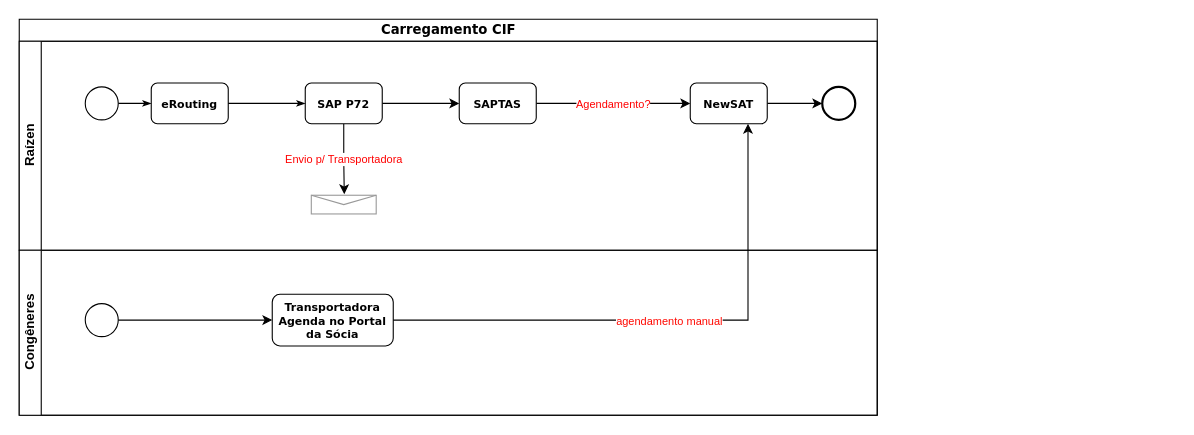
Before: page "Carregamento CIF" (1 of 3) of PAI.drawio in anlugifa/drawio, a draw.io diagram. Source tidied: cells renumbered, new cells numbered last; positions are measured from the earlier drawing's top-left corner, leaving out a move shared by most shapes. Both pictures are drawn from the tidied source at 110%, with x=0, y=0 at pixel (19, 19).
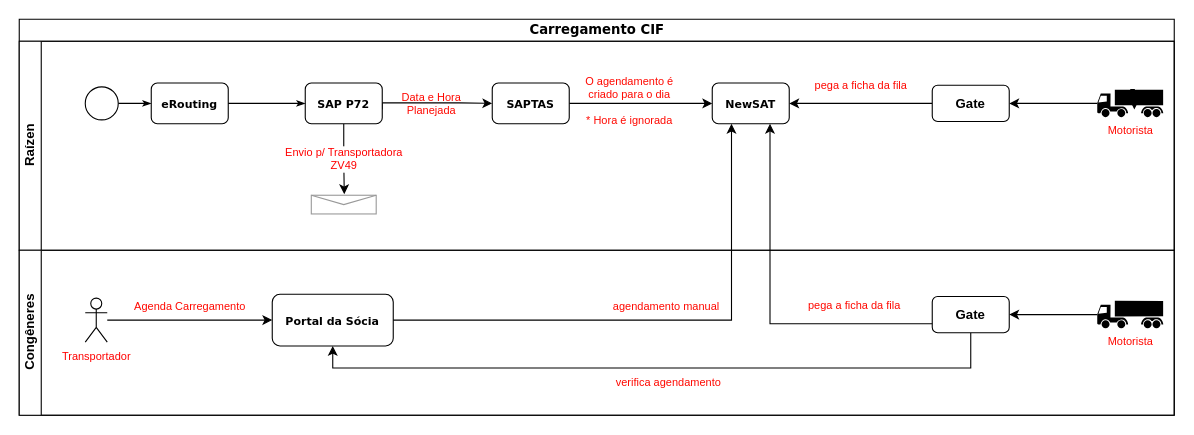
After the change.

The change refers to these unchanged cells:
```xml
<mxCell id="9" value="SAP P72" style="rounded=1;whiteSpace=wrap;html=1;shadow=0;labelBackgroundColor=none;strokeColor=#000000;strokeWidth=1;fillColor=#ffffff;fontFamily=Verdana;fontSize=10;fontColor=#000000;align=center;fontStyle=1;" parent="3" vertex="1">
  <mxGeometry x="260" y="38" width="70" height="37" as="geometry" />
</mxCell>
<mxCell id="16" style="verticalLabelPosition=bottom;shadow=0;dashed=0;align=center;html=1;verticalAlign=top;strokeWidth=1;shape=mxgraph.mockup.misc.mail2;fillColor=#ffffff;strokeColor=#999999;fontSize=12;fontColor=#FF0000;" parent="3" vertex="1">
  <mxGeometry x="265.5" y="140" width="59" height="17" as="geometry" />
</mxCell>
```

The edit, as a diff of the source:
```diff
@@
     <mxCell id="2" value="Carregamento CIF" style="swimlane;html=1;horizontal=1;startSize=20;rounded=0;shadow=0;labelBackgroundColor=none;strokeColor=#000000;strokeWidth=1;fillColor=#ffffff;fontFamily=Verdana;fontSize=12;fontColor=#000000;align=center;" parent="1" vertex="1">
-      <mxGeometry width="780" height="360" as="geometry" />
+      <mxGeometry width="1050" height="360" as="geometry" />
     </mxCell>
     <mxCell id="3" value="Raízen" style="swimlane;html=1;startSize=20;horizontal=0;" parent="2" vertex="1">
-      <mxGeometry y="20" width="780" height="190" as="geometry" />
+      <mxGeometry y="20" width="1050" height="190" as="geometry" />
     </mxCell>
@@
-    <mxCell id="7" style="edgeStyle=orthogonalEdgeStyle;rounded=0;jettySize=auto;html=1;fontSize=10;" parent="3" edge="1" source="9" target="11">
-      <mxGeometry relative="1" as="geometry" />
+    <mxCell id="7" style="edgeStyle=orthogonalEdgeStyle;rounded=0;jettySize=auto;html=1;fontSize=10;entryX=0;entryY=0.5;entryDx=0;entryDy=0;" parent="3" edge="1" target="11">
+      <mxGeometry relative="1" as="geometry">
+        <mxPoint x="330" y="62" as="sourcePoint" />
+        <Array as="points">
+          <mxPoint x="330" y="56" />
+          <mxPoint x="400" y="56" />
+        </Array>
+      </mxGeometry>
     </mxCell>
-    <mxCell id="8" value="Envio p/ Transportadora" style="edgeStyle=orthogonalEdgeStyle;rounded=0;jettySize=auto;html=1;exitX=0.5;exitY=1;exitDx=0;exitDy=0;entryX=0.508;entryY=-0.059;entryDx=0;entryDy=0;entryPerimeter=0;fontSize=10;fontColor=#FF0000;" parent="3" edge="1" source="9" target="16">
+    <mxCell id="8" value="Envio p/ Transportadora &lt;br&gt;ZV49" style="edgeStyle=orthogonalEdgeStyle;rounded=0;jettySize=auto;html=1;exitX=0.5;exitY=1;exitDx=0;exitDy=0;entryX=0.508;entryY=-0.059;entryDx=0;entryDy=0;entryPerimeter=0;fontSize=10;fontColor=#FF0000;" parent="3" edge="1" source="9" target="16">
       <mxGeometry relative="1" as="geometry" />
     </mxCell>
@@
-    <mxCell id="10" value="Agendamento?" style="edgeStyle=orthogonalEdgeStyle;rounded=0;jettySize=auto;html=1;fontSize=10;fontColor=#FF0000;" parent="3" edge="1" source="11" target="13">
+    <mxCell id="10" style="edgeStyle=orthogonalEdgeStyle;rounded=0;jettySize=auto;html=1;fontSize=10;fontColor=#FF0000;exitX=1;exitY=0.5;exitDx=0;exitDy=0;entryX=0;entryY=0.5;entryDx=0;entryDy=0;" parent="3" edge="1" source="11" target="13">
       <mxGeometry relative="1" as="geometry" />
     </mxCell>
     <mxCell id="11" value="SAPTAS" style="rounded=1;whiteSpace=wrap;html=1;shadow=0;labelBackgroundColor=none;strokeColor=#000000;strokeWidth=1;fillColor=#ffffff;fontFamily=Verdana;fontSize=10;fontColor=#000000;align=center;fontStyle=1;" parent="3" vertex="1">
-      <mxGeometry x="400" y="38" width="70" height="37" as="geometry" />
+      <mxGeometry x="430" y="38" width="70" height="37" as="geometry" />
     </mxCell>
-    <mxCell id="12" style="edgeStyle=orthogonalEdgeStyle;rounded=0;jettySize=auto;html=1;entryX=0;entryY=0.5;entryDx=0;entryDy=0;fontSize=10;" parent="3" edge="1" source="13" target="14">
-      <mxGeometry relative="1" as="geometry" />
-    </mxCell>
     <mxCell id="13" value="NewSAT" style="rounded=1;whiteSpace=wrap;html=1;shadow=0;labelBackgroundColor=none;strokeColor=#000000;strokeWidth=1;fillColor=#ffffff;fontFamily=Verdana;fontSize=10;fontColor=#000000;align=center;fontStyle=1;" parent="3" vertex="1">
-      <mxGeometry x="610" y="38" width="70" height="37" as="geometry" />
+      <mxGeometry x="630" y="38" width="70" height="37" as="geometry" />
     </mxCell>
-    <mxCell id="14" style="ellipse;whiteSpace=wrap;html=1;rounded=0;shadow=0;labelBackgroundColor=none;strokeColor=#000000;strokeWidth=2;fillColor=#ffffff;fontFamily=Verdana;fontSize=8;fontColor=#000000;align=center;" parent="3" vertex="1">
-      <mxGeometry x="730" y="41.5" width="30" height="30" as="geometry" />
-    </mxCell>
@@
+    <mxCell id="22" value="Data e Hora Planejada" style="text;html=1;strokeColor=none;fillColor=none;align=center;verticalAlign=middle;whiteSpace=wrap;rounded=0;fontSize=10;fontColor=#FF0800;" parent="3" vertex="1">
+      <mxGeometry x="330" y="22.5" width="90" height="68" as="geometry" />
+    </mxCell>
+    <mxCell id="23" value="O agendamento é criado para o dia&lt;br&gt;&lt;br&gt;* Hora é ignorada" style="text;html=1;strokeColor=none;fillColor=none;align=center;verticalAlign=middle;whiteSpace=wrap;rounded=0;fontSize=10;fontColor=#FF0800;" parent="3" vertex="1">
+      <mxGeometry x="510" y="20" width="90" height="68" as="geometry" />
+    </mxCell>
+    <mxCell id="24" style="edgeStyle=orthogonalEdgeStyle;rounded=0;jettySize=auto;html=1;entryX=1;entryY=0.5;entryDx=0;entryDy=0;fontSize=10;fontColor=#FF0800;" parent="3" edge="1" source="25" target="27">
+      <mxGeometry relative="1" as="geometry" />
+    </mxCell>
+    <mxCell id="25" value="Motorista" style="shape=mxgraph.signs.transportation.truck_7;html=1;fillColor=#000000;strokeColor=none;verticalLabelPosition=bottom;verticalAlign=top;align=center;fontSize=10;fontColor=#FF0800;" parent="3" vertex="1">
+      <mxGeometry x="980" y="44" width="60" height="25" as="geometry" />
+    </mxCell>
+    <mxCell id="26" value="pega a ficha da fila" style="edgeStyle=orthogonalEdgeStyle;rounded=0;jettySize=auto;html=1;entryX=1;entryY=0.5;entryDx=0;entryDy=0;fontSize=10;fontColor=#FF0800;" parent="3" edge="1" source="27" target="13">
+      <mxGeometry y="-17" relative="1" as="geometry" />
+    </mxCell>
+    <mxCell id="27" value="&lt;font color=&quot;#000000&quot; style=&quot;font-size: 12px;&quot;&gt;Gate&lt;/font&gt;" style="rounded=1;whiteSpace=wrap;html=1;fontSize=12;fontColor=#FF0800;fontStyle=1;" parent="3" vertex="1">
+      <mxGeometry x="830" y="40" width="70" height="33" as="geometry" />
+    </mxCell>
+    <mxCell id="28" style="edgeStyle=orthogonalEdgeStyle;rounded=0;orthogonalLoop=1;jettySize=auto;html=1;exitX=0.5;exitY=0;exitDx=0;exitDy=0;exitPerimeter=0;entryX=0.562;entryY=0.721;entryDx=0;entryDy=0;entryPerimeter=0;fontSize=12;fontColor=#FF0800;" parent="3" edge="1" source="25" target="25">
+      <mxGeometry relative="1" as="geometry" />
+    </mxCell>
     <mxCell id="17" value="Congêneres" style="swimlane;html=1;startSize=20;horizontal=0;" parent="2" vertex="1">
-      <mxGeometry y="210" width="780" height="150" as="geometry" />
+      <mxGeometry y="210" width="1050" height="150" as="geometry" />
     </mxCell>
-    <mxCell id="18" value="Transportadora Agenda no Portal da Sócia" style="rounded=1;whiteSpace=wrap;html=1;shadow=0;labelBackgroundColor=none;strokeColor=#000000;strokeWidth=1;fillColor=#ffffff;fontFamily=Verdana;fontSize=10;fontColor=#000000;align=center;fontStyle=1;" parent="17" vertex="1">
+    <mxCell id="18" value="Portal da Sócia" style="rounded=1;whiteSpace=wrap;html=1;shadow=0;labelBackgroundColor=none;strokeColor=#000000;strokeWidth=1;fillColor=#ffffff;fontFamily=Verdana;fontSize=10;fontColor=#000000;align=center;fontStyle=1;" parent="17" vertex="1">
       <mxGeometry x="230" y="40" width="110" height="47" as="geometry" />
     </mxCell>
-    <mxCell id="19" style="edgeStyle=orthogonalEdgeStyle;rounded=0;jettySize=auto;html=1;entryX=0;entryY=0.5;entryDx=0;entryDy=0;fontSize=10;" parent="17" edge="1" source="20" target="18">
-      <mxGeometry relative="1" as="geometry" />
-    </mxCell>
-    <mxCell id="20" style="ellipse;whiteSpace=wrap;html=1;rounded=0;shadow=0;labelBackgroundColor=none;strokeColor=#000000;strokeWidth=1;fillColor=#ffffff;fontFamily=Verdana;fontSize=8;fontColor=#000000;align=center;" parent="17" vertex="1">
-      <mxGeometry x="60" y="48.5" width="30" height="30" as="geometry" />
-    </mxCell>
+    <mxCell id="29" value="verifica agendamento" style="edgeStyle=orthogonalEdgeStyle;rounded=0;jettySize=auto;html=1;entryX=0.5;entryY=1;entryDx=0;entryDy=0;fontSize=10;fontColor=#FF0800;" parent="17" edge="1" source="30" target="18">
+      <mxGeometry x="-0.03" y="13" relative="1" as="geometry">
+        <Array as="points">
+          <mxPoint x="865" y="107" />
+          <mxPoint x="285" y="107" />
+        </Array>
+      </mxGeometry>
+    </mxCell>
+    <mxCell id="30" value="&lt;font color=&quot;#000000&quot; style=&quot;font-size: 12px;&quot;&gt;Gate&lt;/font&gt;" style="rounded=1;whiteSpace=wrap;html=1;fontSize=12;fontColor=#FF0800;fontStyle=1;" parent="17" vertex="1">
+      <mxGeometry x="830" y="42" width="70" height="33" as="geometry" />
+    </mxCell>
+    <mxCell id="31" style="edgeStyle=orthogonalEdgeStyle;rounded=0;jettySize=auto;html=1;entryX=1;entryY=0.5;entryDx=0;entryDy=0;fontSize=12;fontColor=#FF0800;" parent="17" edge="1" source="32" target="30">
+      <mxGeometry relative="1" as="geometry" />
+    </mxCell>
+    <mxCell id="32" value="Motorista" style="shape=mxgraph.signs.transportation.truck_7;html=1;fillColor=#000000;strokeColor=none;verticalLabelPosition=bottom;verticalAlign=top;align=center;fontSize=10;fontColor=#FF0800;" parent="17" vertex="1">
+      <mxGeometry x="980" y="46" width="60" height="25" as="geometry" />
+    </mxCell>
+    <mxCell id="33" value="Agenda Carregamento" style="edgeStyle=orthogonalEdgeStyle;rounded=0;jettySize=auto;html=1;entryX=0;entryY=0.5;entryDx=0;entryDy=0;fontSize=10;fontColor=#FF0800;" parent="17" edge="1" source="34" target="18">
+      <mxGeometry y="13" relative="1" as="geometry" />
+    </mxCell>
+    <mxCell id="34" value="&lt;font style=&quot;font-size: 10px&quot;&gt;Transportador&lt;/font&gt;" style="shape=umlActor;verticalLabelPosition=bottom;labelBackgroundColor=#ffffff;verticalAlign=top;html=1;outlineConnect=0;fontSize=10;fontColor=#FF0000;" parent="17" vertex="1">
+      <mxGeometry x="60" y="43.5" width="20" height="40" as="geometry" />
+    </mxCell>
-    <mxCell id="21" value="agendamento manual" style="edgeStyle=orthogonalEdgeStyle;rounded=0;jettySize=auto;html=1;entryX=0.75;entryY=1;entryDx=0;entryDy=0;fontSize=10;fontColor=#FF0800;" parent="2" edge="1" source="18" target="13">
-      <mxGeometry relative="1" as="geometry" />
+    <mxCell id="21" value="agendamento manual" style="edgeStyle=orthogonalEdgeStyle;rounded=0;jettySize=auto;html=1;fontSize=10;fontColor=#FF0800;entryX=0.25;entryY=1;entryDx=0;entryDy=0;" parent="2" edge="1" source="18" target="13">
+      <mxGeometry x="0.02" y="13" relative="1" as="geometry">
+        <Array as="points">
+          <mxPoint x="648" y="273" />
+        </Array>
+      </mxGeometry>
     </mxCell>
+    <mxCell id="35" value="pega a ficha da fila" style="edgeStyle=orthogonalEdgeStyle;rounded=0;jettySize=auto;html=1;fontSize=10;fontColor=#FF0800;exitX=0;exitY=0.75;exitDx=0;exitDy=0;entryX=0.75;entryY=1;entryDx=0;entryDy=0;" parent="2" edge="1" source="30" target="13">
+      <mxGeometry x="-0.57" y="-17" relative="1" as="geometry">
+        <Array as="points">
+          <mxPoint x="683" y="277" />
+        </Array>
+      </mxGeometry>
+    </mxCell>
```
